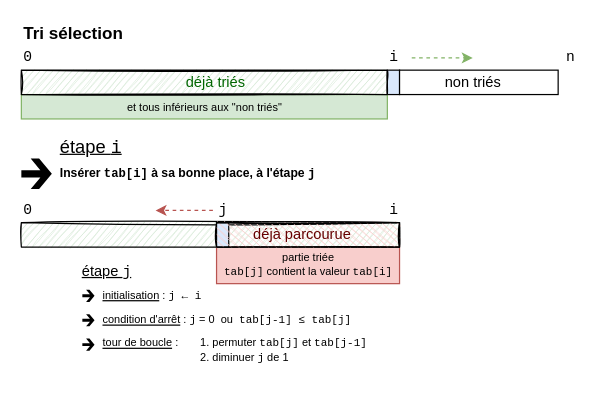
Before: cours/algorithmes/algos_1/tris/img_tri_selection.drawio in padilla-nsi/1nsi, a draw.io diagram. Source tidied: cells renumbered, new cells numbered last; positions are measured from the earlier drawing's top-left corner, leaving out a move shared by most shapes. Both pictures are drawn from the tidied source at 122%, with x=0, y=0 at pixel (21, 21).
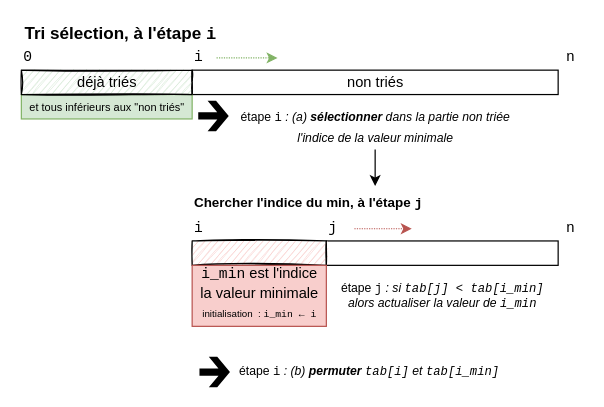
The same page after the edit.

Change to the diagram source:
```diff
@@
-    <mxCell id="2" style="group;fillColor=#f8cecc;strokeColor=#b85450;" parent="1" vertex="1">
-      <mxGeometry x="160" y="185" width="150" height="30" as="geometry" />
-    </mxCell>
-    <mxCell id="3" value="&lt;div style=&quot;font-size: 9px&quot;&gt;&lt;/div&gt;&lt;span style=&quot;font-family: &amp;quot;helvetica&amp;quot; ; font-size: 9px&quot;&gt;partie triée&lt;br&gt;&lt;/span&gt;&lt;font face=&quot;Courier New&quot;&gt;tab[j]&lt;/font&gt;&lt;span style=&quot;font-family: &amp;quot;helvetica&amp;quot;&quot;&gt;&amp;nbsp;contient la valeur&amp;nbsp;&lt;/span&gt;&lt;font face=&quot;Courier New&quot;&gt;tab[i]&lt;/font&gt;&lt;span style=&quot;font-family: &amp;quot;courier new&amp;quot; ; font-size: 9px&quot;&gt;&lt;br style=&quot;font-size: 9px&quot;&gt;&lt;/span&gt;" style="text;html=1;align=center;verticalAlign=middle;strokeColor=none;fillColor=none;fontFamily=Helvetica;fontColor=default;fontSize=9;" parent="1" vertex="1">
-      <mxGeometry x="160" y="185" width="150" height="30" as="geometry" />
-    </mxCell>
-    <mxCell id="4" style="rounded=0;whiteSpace=wrap;html=1;fontFamily=Courier New;fillColor=#d5e8d4;strokeColor=#000000;sketch=1;shadow=0;glass=0;" parent="1" vertex="1">
-      <mxGeometry y="165" width="310" height="20" as="geometry" />
-    </mxCell>
-    <mxCell id="5" style="whiteSpace=wrap;html=1;rounded=0;fontFamily=Courier New;fillColor=#dae8fc;strokeColor=#000000;labelBorderColor=none;labelBackgroundColor=none;fontColor=default;" parent="1" vertex="1">
-      <mxGeometry x="300" y="40" width="10" height="20" as="geometry" />
-    </mxCell>
     <mxCell id="6" style="whiteSpace=wrap;html=1;rounded=0;fontFamily=Courier New;" parent="1" vertex="1">
-      <mxGeometry x="310" y="40" width="130" height="20" as="geometry" />
+      <mxGeometry x="140" y="40" width="300" height="20" as="geometry" />
     </mxCell>
@@
-    <mxCell id="8" style="edgeStyle=orthogonalEdgeStyle;html=1;fontFamily=Courier New;fontSize=9;fontColor=#006600;startArrow=none;startFill=0;dashed=1;fillColor=#d5e8d4;strokeColor=#82b366;" parent="1" edge="1" source="9">
-      <mxGeometry relative="1" as="geometry">
-        <mxPoint x="370" y="30" as="targetPoint" />
-      </mxGeometry>
-    </mxCell>
+    <mxCell id="34" style="edgeStyle=none;html=1;fillColor=#d5e8d4;strokeColor=#82b366;dashed=1;dashPattern=1 1;" parent="1" edge="1" source="9">
+      <mxGeometry relative="1" as="geometry">
+        <mxPoint x="210" y="30" as="targetPoint" />
+      </mxGeometry>
+    </mxCell>
     <mxCell id="9" value="i" style="text;html=1;align=left;verticalAlign=middle;points=[];strokeColor=none;fillColor=none;fontFamily=Courier New;" parent="1" vertex="1">
-      <mxGeometry x="300" y="20" width="20" height="20" as="geometry" />
+      <mxGeometry x="140" y="20" width="20" height="20" as="geometry" />
     </mxCell>
@@
     <mxCell id="11" value="&lt;font face=&quot;Helvetica&quot;&gt;non triés&lt;/font&gt;" style="text;html=1;align=center;verticalAlign=middle;strokeColor=none;fillColor=none;fontFamily=Courier New;" parent="1" vertex="1">
-      <mxGeometry x="340" y="40" width="60" height="20" as="geometry" />
+      <mxGeometry x="260" y="40" width="60" height="20" as="geometry" />
     </mxCell>
-    <mxCell id="12" value="0" style="text;html=1;align=left;verticalAlign=middle;strokeColor=none;fillColor=none;fontFamily=Courier New;" parent="1" vertex="1">
-      <mxGeometry y="145" width="20" height="20" as="geometry" />
+    <mxCell id="12" value="i" style="text;html=1;align=left;verticalAlign=middle;strokeColor=none;fillColor=none;fontFamily=Courier New;" parent="1" vertex="1">
+      <mxGeometry x="140" y="160" width="20" height="20" as="geometry" />
     </mxCell>
-    <mxCell id="13" style="edgeStyle=orthogonalEdgeStyle;html=1;dashed=1;fontFamily=Courier New;fontSize=9;fontColor=#006600;startArrow=none;startFill=0;sourcePerimeterSpacing=3;fillColor=#f8cecc;strokeColor=#b85450;" parent="1" edge="1" source="14">
-      <mxGeometry relative="1" as="geometry">
-        <mxPoint x="110" y="155" as="targetPoint" />
-      </mxGeometry>
-    </mxCell>
+    <mxCell id="35" value="n" style="text;html=1;align=center;verticalAlign=middle;strokeColor=none;fillColor=none;fontFamily=Courier New;" parent="1" vertex="1">
+      <mxGeometry x="440" y="160" width="20" height="20" as="geometry" />
+    </mxCell>
+    <mxCell id="36" style="edgeStyle=none;html=1;dashed=1;dashPattern=1 1;sourcePerimeterSpacing=3;fillColor=#f8cecc;strokeColor=#b85450;" parent="1" edge="1" source="14">
+      <mxGeometry relative="1" as="geometry">
+        <mxPoint x="320" y="170" as="targetPoint" />
+      </mxGeometry>
+    </mxCell>
     <mxCell id="14" value="j" style="text;html=1;align=left;verticalAlign=middle;points=[];strokeColor=none;fillColor=none;fontFamily=Courier New;" parent="1" vertex="1">
-      <mxGeometry x="160" y="145" width="20" height="20" as="geometry" />
+      <mxGeometry x="250" y="160" width="20" height="20" as="geometry" />
     </mxCell>
+    <mxCell id="37" style="whiteSpace=wrap;html=1;rounded=0;fontFamily=Courier New;" parent="1" vertex="1">
+      <mxGeometry x="250" y="180" width="190" height="20" as="geometry" />
+    </mxCell>
+    <mxCell id="23" style="whiteSpace=wrap;html=1;rounded=0;fontFamily=Courier New;fillColor=#f8cecc;strokeColor=#000000;sketch=1;" parent="1" vertex="1">
+      <mxGeometry x="140" y="180" width="110" height="20" as="geometry" />
+    </mxCell>
     <mxCell id="15" style="group;fillColor=#d5e8d4;strokeColor=#82b366;" parent="1" vertex="1">
-      <mxGeometry y="60" width="300" height="20" as="geometry" />
+      <mxGeometry y="60" width="140" height="20" as="geometry" />
     </mxCell>
     <mxCell id="16" style="rounded=0;whiteSpace=wrap;html=1;fontFamily=Courier New;fillColor=#d5e8d4;strokeColor=#000000;sketch=1;shadow=0;glass=0;" parent="1" vertex="1">
-      <mxGeometry y="40" width="300" height="20" as="geometry" />
+      <mxGeometry y="40" width="140" height="20" as="geometry" />
     </mxCell>
-    <mxCell id="17" value="&lt;font face=&quot;Helvetica&quot; style=&quot;font-size: 14px&quot;&gt;Tri sélection&lt;/font&gt;" style="text;html=1;align=left;verticalAlign=middle;strokeColor=none;fillColor=none;fontSize=14;fontFamily=Courier New;fontStyle=1;" parent="1" vertex="1">
-      <mxGeometry width="100" height="20" as="geometry" />
+    <mxCell id="17" value="&lt;font face=&quot;Helvetica&quot; style=&quot;font-size: 14px&quot;&gt;Tri sélection, à l'étape &lt;/font&gt;&lt;font style=&quot;font-size: 14px&quot;&gt;i&lt;/font&gt;" style="text;html=1;align=left;verticalAlign=middle;strokeColor=none;fillColor=none;fontSize=14;fontFamily=Courier New;fontStyle=1;" parent="1" vertex="1">
+      <mxGeometry x="1" width="170" height="20" as="geometry" />
     </mxCell>
+    <mxCell id="38" style="edgeStyle=none;html=1;fontFamily=Helvetica;fontSize=10;" parent="1" edge="1" source="39">
+      <mxGeometry relative="1" as="geometry">
+        <mxPoint x="290" y="135" as="targetPoint" />
+      </mxGeometry>
+    </mxCell>
+    <mxCell id="39" value="&lt;span style=&quot;font-size: 10px&quot;&gt;&lt;span style=&quot;font-style: normal&quot;&gt;étape &lt;font face=&quot;Courier New&quot;&gt;i&lt;/font&gt;&amp;nbsp;&lt;/span&gt;: (a) &lt;b&gt;sélectionner&lt;/b&gt; dans la partie non triée&lt;br&gt;l'indice de&amp;nbsp;la valeur minimale&lt;br&gt;&lt;/span&gt;" style="text;html=1;align=center;verticalAlign=middle;points=[];strokeColor=none;fillColor=none;fontSize=14;fontFamily=Helvetica;fontStyle=2;" parent="1" vertex="1">
+      <mxGeometry x="170" y="65" width="240" height="40" as="geometry" />
+    </mxCell>
     <mxCell id="18" value="&lt;font face=&quot;Helvetica&quot; style=&quot;font-size: 9px&quot;&gt;et tous inférieurs aux &quot;non triés&quot;&lt;/font&gt;" style="text;html=1;align=center;verticalAlign=middle;strokeColor=none;fillColor=none;fontFamily=Helvetica;" parent="1" vertex="1">
-      <mxGeometry x="80" y="60" width="140" height="20" as="geometry" />
+      <mxGeometry y="60" width="140" height="20" as="geometry" />
     </mxCell>
-    <mxCell id="19" value="&lt;font face=&quot;Helvetica&quot; style=&quot;font-size: 10px;&quot;&gt;Insérer &lt;/font&gt;&lt;font style=&quot;font-size: 10px;&quot;&gt;tab[i]&lt;/font&gt;&lt;font face=&quot;Helvetica&quot; style=&quot;font-size: 10px;&quot;&gt; à sa bonne place, à l'étape &lt;/font&gt;&lt;font style=&quot;font-size: 10px;&quot;&gt;j&lt;/font&gt;" style="text;html=1;align=left;verticalAlign=middle;strokeColor=none;fillColor=none;fontSize=10;fontFamily=Courier New;fontStyle=1;" parent="1" vertex="1">
-      <mxGeometry x="30" y="115" width="220" height="20" as="geometry" />
+    <mxCell id="19" value="&lt;font face=&quot;Helvetica&quot; style=&quot;font-size: 11px&quot;&gt;Chercher l'indice du min, à l'étape &lt;/font&gt;&lt;font style=&quot;font-size: 11px&quot;&gt;j&lt;/font&gt;" style="text;html=1;align=left;verticalAlign=middle;strokeColor=none;fillColor=none;fontSize=11;fontFamily=Courier New;fontStyle=1;" parent="1" vertex="1">
+      <mxGeometry x="140" y="140" width="200" height="20" as="geometry" />
     </mxCell>
+    <mxCell id="40" value="&lt;span style=&quot;font-style: normal&quot;&gt;&lt;font face=&quot;Helvetica&quot; style=&quot;font-size: 10px&quot;&gt;étape &lt;/font&gt;&lt;font style=&quot;font-size: 10px&quot;&gt;j&lt;/font&gt;&lt;/span&gt;&lt;font face=&quot;Helvetica&quot; style=&quot;font-size: 10px&quot;&gt;&amp;nbsp;: si &lt;/font&gt;&lt;font style=&quot;font-size: 10px&quot;&gt;tab[j] &amp;lt;&amp;nbsp;tab[i_min]&lt;br style=&quot;font-size: 10px&quot;&gt;&lt;div style=&quot;font-size: 10px&quot;&gt;&lt;span style=&quot;font-size: 10px&quot;&gt;&lt;font face=&quot;Helvetica&quot;&gt;alors actualiser la valeur de &lt;/font&gt;i_min&lt;/span&gt;&lt;/div&gt;&lt;/font&gt;" style="text;html=1;align=center;verticalAlign=middle;strokeColor=none;fillColor=none;fontSize=10;fontFamily=Courier New;fontStyle=2;" parent="1" vertex="1">
+      <mxGeometry x="255" y="210" width="180" height="30" as="geometry" />
+    </mxCell>
-    <mxCell id="20" value="&lt;font face=&quot;Helvetica&quot;&gt;déjà triés&lt;/font&gt;" style="text;html=1;align=center;verticalAlign=middle;strokeColor=none;fillColor=none;fontFamily=Courier New;fontColor=#006600;" parent="1" vertex="1">
-      <mxGeometry x="128.5" y="40" width="60" height="20" as="geometry" />
+    <mxCell id="20" value="&lt;font face=&quot;Helvetica&quot;&gt;déjà triés&lt;/font&gt;" style="text;html=1;align=center;verticalAlign=middle;strokeColor=none;fillColor=none;fontFamily=Courier New;" parent="1" vertex="1">
+      <mxGeometry x="40" y="40" width="60" height="20" as="geometry" />
     </mxCell>
+    <mxCell id="2" style="group;fillColor=#f8cecc;strokeColor=#b85450;" parent="1" vertex="1">
+      <mxGeometry x="140" y="200" width="110" height="50" as="geometry" />
+    </mxCell>
+    <mxCell id="26" value="i_min&lt;font face=&quot;Helvetica&quot;&gt; est l'indice&lt;br&gt;la valeur minimale&lt;/font&gt;" style="text;html=1;align=center;verticalAlign=middle;fontFamily=Courier New;" parent="2" vertex="1">
+      <mxGeometry width="110" height="30" as="geometry" />
+    </mxCell>
+    <mxCell id="41" value="&lt;font face=&quot;Helvetica&quot; style=&quot;font-size: 8px;&quot;&gt;initialisation&amp;nbsp;&amp;nbsp;:&amp;nbsp;&lt;/font&gt;&lt;span style=&quot;font-family: &amp;quot;courier new&amp;quot;; font-size: 8px;&quot;&gt;i_min ← i&lt;/span&gt;" style="text;html=1;align=center;verticalAlign=middle;fontSize=8;fontFamily=Courier New;" parent="2" vertex="1">
+      <mxGeometry y="30" width="110" height="20" as="geometry" />
+    </mxCell>
+    <mxCell id="42" style="shape=mxgraph.signs.travel.arrow_east;html=1;fillColor=#000000;strokeColor=none;verticalLabelPosition=bottom;verticalAlign=top;align=center;sketch=0;rounded=0;shadow=0;glass=0;fontFamily=Courier New;fontSize=8;" parent="1" vertex="1">
+      <mxGeometry x="145" y="65" width="25" height="25" as="geometry" />
+    </mxCell>
+    <mxCell id="43" value="&lt;span style=&quot;font-size: 10px&quot;&gt;&lt;span style=&quot;font-style: normal&quot;&gt;étape &lt;font face=&quot;Courier New&quot;&gt;i&lt;/font&gt;&amp;nbsp;&lt;/span&gt;: (b) &lt;b&gt;permuter&lt;/b&gt; &lt;font face=&quot;Courier New&quot;&gt;tab[i]&lt;/font&gt; et &lt;font face=&quot;Courier New&quot;&gt;tab[i_min]&lt;/font&gt;&lt;br&gt;&lt;/span&gt;" style="text;html=1;align=center;verticalAlign=middle;strokeColor=none;fillColor=none;fontSize=14;fontFamily=Helvetica;fontStyle=2;" parent="1" vertex="1">
+      <mxGeometry x="170" y="275" width="230" height="20" as="geometry" />
+    </mxCell>
     <mxCell id="21" style="shape=mxgraph.signs.travel.arrow_east;html=1;fillColor=#000000;strokeColor=none;verticalLabelPosition=bottom;verticalAlign=top;align=center;sketch=0;rounded=0;shadow=0;glass=0;fontFamily=Courier New;fontSize=8;" parent="1" vertex="1">
-      <mxGeometry y="112.5" width="25" height="25" as="geometry" />
+      <mxGeometry x="146" y="275" width="25" height="25" as="geometry" />
     </mxCell>
-    <mxCell id="22" style="whiteSpace=wrap;html=1;rounded=0;fontFamily=Courier New;fillColor=#dae8fc;strokeColor=#000000;labelBorderColor=none;labelBackgroundColor=none;fontColor=default;" parent="1" vertex="1">
-      <mxGeometry x="160" y="165" width="10" height="20" as="geometry" />
-    </mxCell>
-    <mxCell id="23" style="whiteSpace=wrap;html=1;rounded=0;fontFamily=Courier New;fillColor=#f8cecc;strokeColor=#000000;sketch=1;direction=north;" parent="1" vertex="1">
-      <mxGeometry x="160" y="165" width="150" height="20" as="geometry" />
-    </mxCell>
-    <mxCell id="24" value="i" style="text;html=1;align=left;verticalAlign=middle;strokeColor=none;fillColor=none;fontFamily=Courier New;" parent="1" vertex="1">
-      <mxGeometry x="300" y="145" width="20" height="20" as="geometry" />
-    </mxCell>
-    <mxCell id="25" value="&lt;span style=&quot;font-family: helvetica; font-size: 15px;&quot;&gt;étape&amp;nbsp;&lt;font face=&quot;Courier New&quot; style=&quot;font-size: 15px;&quot;&gt;i&lt;/font&gt;&lt;/span&gt;" style="text;html=1;align=left;verticalAlign=middle;strokeColor=none;fillColor=none;fontFamily=Courier New;fontColor=default;fontSize=15;fontStyle=4;" parent="1" vertex="1">
-      <mxGeometry x="30" y="92.5" width="70" height="20" as="geometry" />
-    </mxCell>
-    <mxCell id="26" value="&lt;div&gt;&lt;span style=&quot;font-family: &amp;quot;helvetica&amp;quot;&quot;&gt;déjà parcourue&lt;/span&gt;&lt;/div&gt;" style="text;html=1;align=center;verticalAlign=middle;fontFamily=Courier New;fontColor=#660000;" parent="1" vertex="1">
-      <mxGeometry x="180" y="165" width="100" height="20" as="geometry" />
-    </mxCell>
-    <mxCell id="27" style="shape=mxgraph.signs.travel.arrow_east;html=1;fillColor=#000000;strokeColor=none;verticalLabelPosition=bottom;verticalAlign=top;align=center;sketch=0;rounded=0;shadow=0;glass=0;fontFamily=Courier New;fontSize=8;" parent="1" vertex="1">
-      <mxGeometry x="50" y="220" width="10" height="10" as="geometry" />
-    </mxCell>
-    <mxCell id="28" value="&lt;u&gt;initialisation&lt;/u&gt; : &lt;font face=&quot;Courier New&quot;&gt;j ← i&lt;/font&gt;" style="text;html=1;align=left;verticalAlign=middle;strokeColor=none;fillColor=none;fontSize=9;fontFamily=Helvetica;fontColor=default;" parent="1" vertex="1">
-      <mxGeometry x="65" y="215" width="100" height="20" as="geometry" />
-    </mxCell>
-    <mxCell id="29" value="&lt;u&gt;condition d'arrêt&lt;/u&gt; :&amp;nbsp;&lt;span style=&quot;font-family: &amp;#34;courier new&amp;#34;&quot;&gt;j&lt;/span&gt;&amp;nbsp;= 0&amp;nbsp; ou&amp;nbsp;&amp;nbsp;&lt;font face=&quot;Courier New&quot;&gt;tab[j-1] ≤ tab[j]&lt;/font&gt;" style="text;html=1;align=left;verticalAlign=middle;strokeColor=none;fillColor=none;fontSize=9;fontFamily=Helvetica;fontColor=default;" parent="1" vertex="1">
-      <mxGeometry x="65" y="235" width="220" height="20" as="geometry" />
-    </mxCell>
-    <mxCell id="30" style="shape=mxgraph.signs.travel.arrow_east;html=1;fillColor=#000000;strokeColor=none;verticalLabelPosition=bottom;verticalAlign=top;align=center;sketch=0;rounded=0;shadow=0;glass=0;fontFamily=Courier New;fontSize=8;" parent="1" vertex="1">
-      <mxGeometry x="50" y="240" width="10" height="10" as="geometry" />
-    </mxCell>
-    <mxCell id="31" value="&lt;u&gt;tour de boucle&lt;/u&gt; : &lt;span style=&quot;white-space: pre&quot;&gt;&#9;&lt;/span&gt;1. permuter &lt;font face=&quot;Courier New&quot;&gt;tab[j]&lt;/font&gt; et &lt;font face=&quot;Courier New&quot;&gt;tab[j-1]&lt;br&gt;&lt;/font&gt;&lt;span style=&quot;white-space: pre&quot;&gt;&#9;&lt;/span&gt;&lt;span style=&quot;white-space: pre&quot;&gt;&#9;&lt;/span&gt;&lt;span style=&quot;white-space: pre&quot;&gt;&#9;&lt;/span&gt;&lt;span style=&quot;white-space: pre&quot;&gt;&#9;&lt;/span&gt;2. diminuer &lt;font face=&quot;Courier New&quot;&gt;j&lt;/font&gt; de 1" style="text;html=1;align=left;verticalAlign=bottom;strokeColor=none;fillColor=none;fontSize=9;fontFamily=Helvetica;fontColor=default;" parent="1" vertex="1">
-      <mxGeometry x="65" y="255" width="230" height="30" as="geometry" />
-    </mxCell>
-    <mxCell id="32" style="shape=mxgraph.signs.travel.arrow_east;html=1;fillColor=#000000;strokeColor=none;verticalLabelPosition=bottom;verticalAlign=top;align=center;sketch=0;rounded=0;shadow=0;glass=0;fontFamily=Courier New;fontSize=8;" parent="1" vertex="1">
-      <mxGeometry x="50" y="260" width="10" height="10" as="geometry" />
-    </mxCell>
-    <mxCell id="33" value="&lt;font style=&quot;font-size: 12px&quot;&gt;&lt;u&gt;étape &lt;font face=&quot;Courier New&quot;&gt;j&lt;/font&gt;&lt;/u&gt;&lt;/font&gt;" style="text;html=1;align=left;verticalAlign=middle;strokeColor=none;fillColor=none;fontSize=10;fontFamily=Helvetica;fontColor=default;" parent="1" vertex="1">
-      <mxGeometry x="48" y="195" width="60" height="20" as="geometry" />
-    </mxCell>
```
